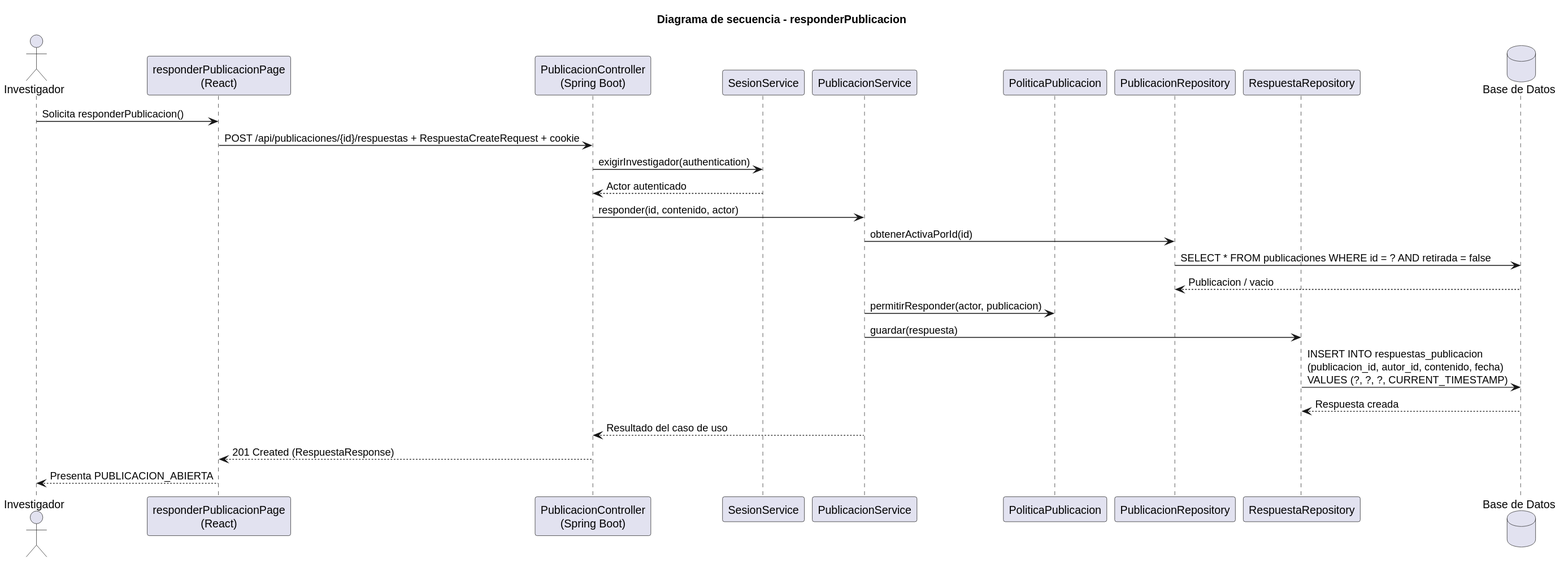
The PlantUML diagram images/RUP/02-diseño/casos-uso/investigador/responderPublicacion/secuencia.svg in beatriizorozco/25-26-idsw2-sdVC, before a commit.
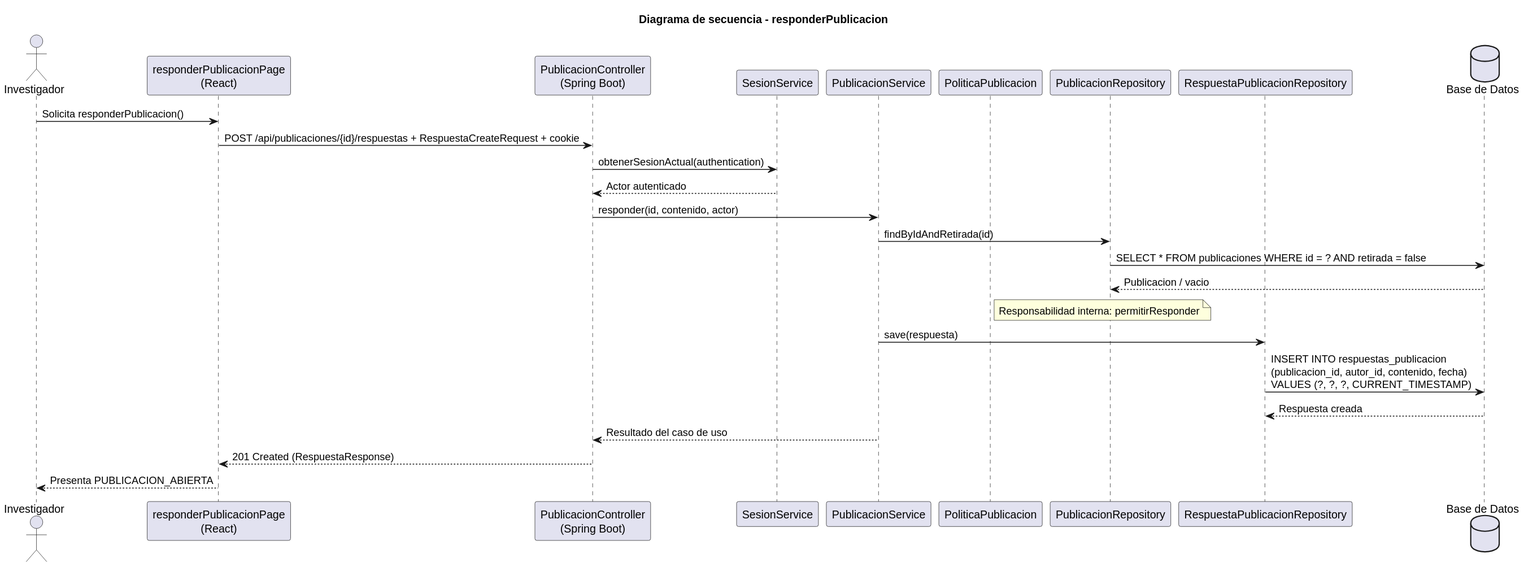
Above is the later version.

Diff of the diagram source:
```diff
@@ -7,19 +7,19 @@
 participant "PublicacionService" as Service
 participant "PoliticaPublicacion" as Policy
 participant "PublicacionRepository" as Repo
-participant "RespuestaRepository" as RespRepo
+participant "RespuestaPublicacionRepository" as RespRepo
 database "Base de Datos" as DB
 
 Investigador -> Frontend: Solicita responderPublicacion()
 Frontend -> Api: POST /api/publicaciones/{id}/respuestas + RespuestaCreateRequest + cookie
-Api -> Sesion: exigirInvestigador(authentication)
+Api -> Sesion: obtenerSesionActual(authentication)
 Sesion --> Api: Actor autenticado
 Api -> Service: responder(id, contenido, actor)
-Service -> Repo: obtenerActivaPorId(id)
+Service -> Repo: findByIdAndRetirada(id)
 Repo -> DB: SELECT * FROM publicaciones WHERE id = ? AND retirada = false
 DB --> Repo: Publicacion / vacio
-Service -> Policy: permitirResponder(actor, publicacion)
-Service -> RespRepo: guardar(respuesta)
+note right of Policy: Responsabilidad interna: permitirResponder
+Service -> RespRepo: save(respuesta)
 RespRepo -> DB: INSERT INTO respuestas_publicacion\n(publicacion_id, autor_id, contenido, fecha)\nVALUES (?, ?, ?, CURRENT_TIMESTAMP)
 DB --> RespRepo: Respuesta creada
 Service --> Api: Resultado del caso de uso
```
